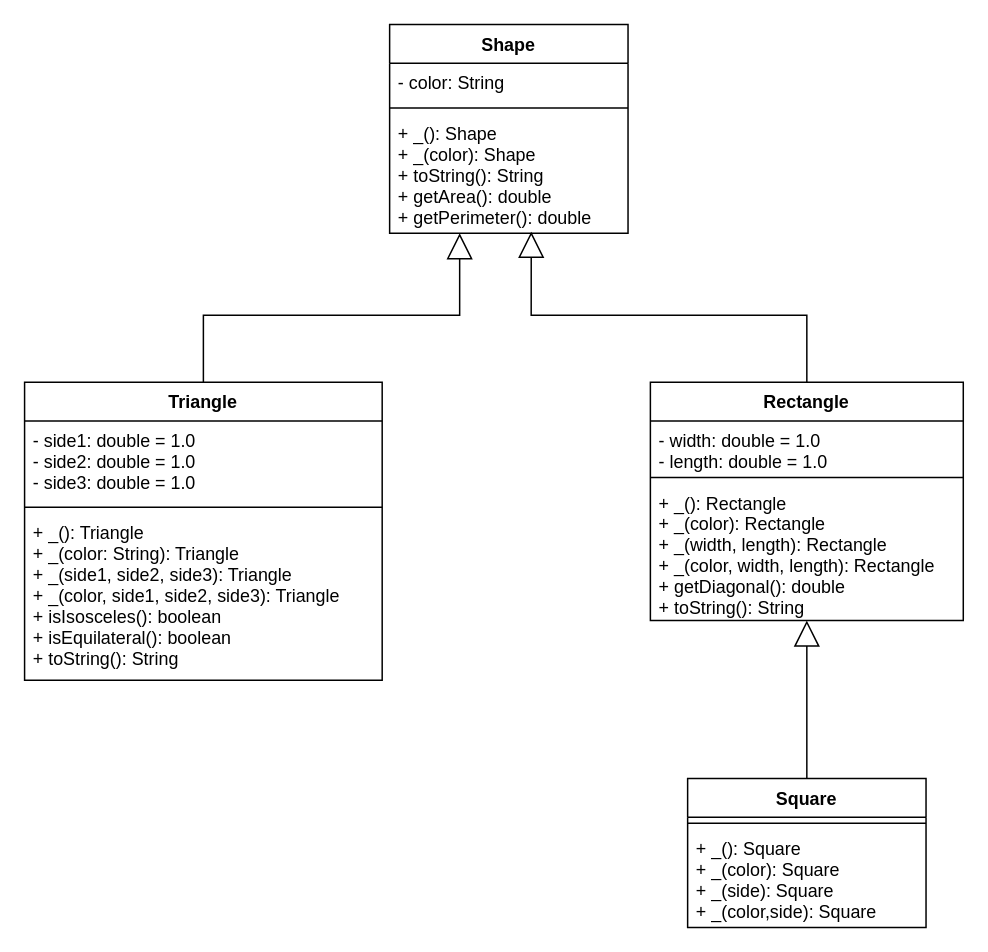
Earlier version of the draw.io diagram diagrams/shapes-class-2-diagram.drawio (Cafeleyos/MUNOZ-SANTOS-SABANA-POOB-2021-1-LAB-ABSTRACT-CLASS). Source tidied: cells renumbered, new cells numbered last; positions are measured from the earlier drawing's top-left corner, leaving out a move shared by most shapes. Both pictures are drawn from the tidied source at 149%, with x=0, y=0 at pixel (24, 24).
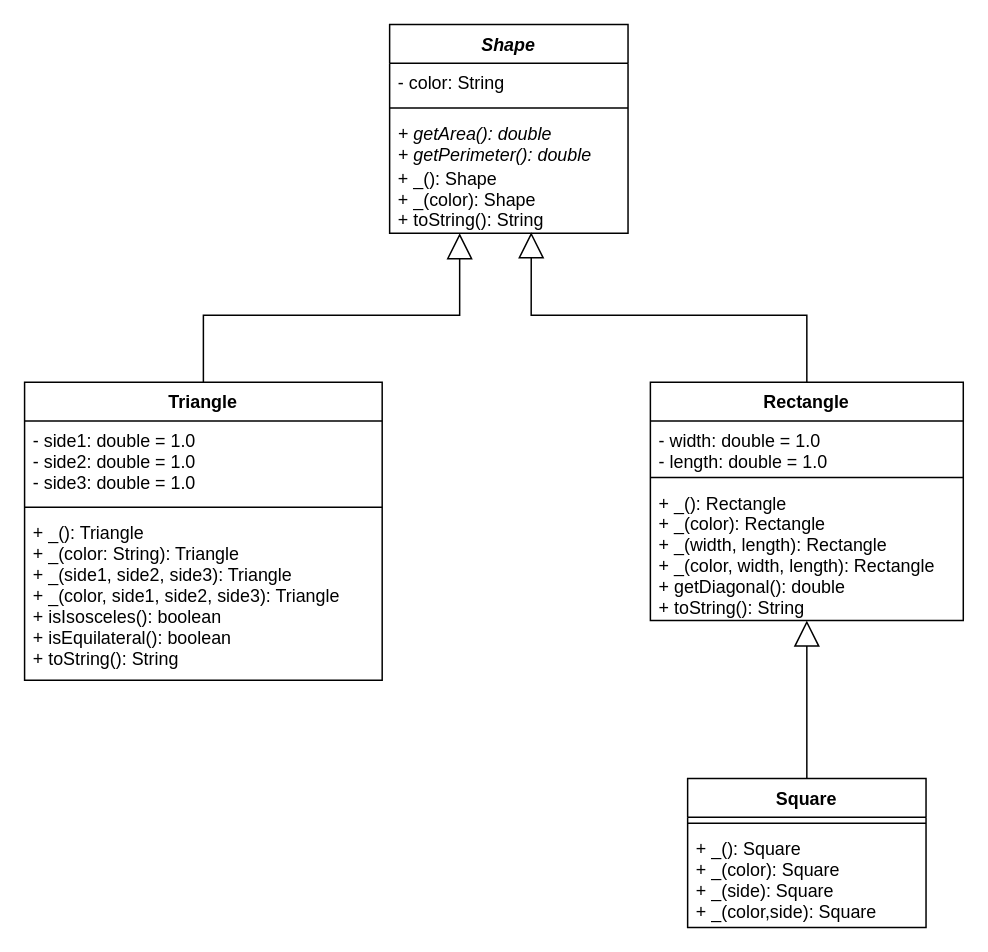
Above is the later version.

What changed in the source:
```diff
@@
-    <mxCell id="2" value="Shape" style="swimlane;fontStyle=1;align=center;verticalAlign=top;horizontal=1;startSize=26;" parent="1" vertex="1">
+    <mxCell id="2" value="Shape" style="swimlane;fontStyle=3;align=center;verticalAlign=top;horizontal=1;startSize=26;" parent="1" vertex="1">
       <mxGeometry x="245" width="160" height="140" as="geometry" />
     </mxCell>
@@
+    <mxCell id="20" value="+ getArea(): double&#10;+ getPerimeter(): double" style="text;strokeColor=none;fillColor=none;align=left;verticalAlign=top;spacingLeft=4;spacingRight=4;overflow=hidden;fontStyle=2;" parent="2" vertex="1">
+      <mxGeometry y="60" width="160" height="30" as="geometry" />
+    </mxCell>
-    <mxCell id="5" value="+ _(): Shape&#10;+ _(color): Shape&#10;+ toString(): String&#10;+ getArea(): double&#10;+ getPerimeter(): double" style="text;strokeColor=none;fillColor=none;align=left;verticalAlign=top;spacingLeft=4;spacingRight=4;overflow=hidden;points=[[0,0.5],[1,0.5]];portConstraint=eastwest;" parent="2" vertex="1">
-      <mxGeometry y="60" width="160" height="80" as="geometry" />
+    <mxCell id="5" value="+ _(): Shape&#10;+ _(color): Shape&#10;+ toString(): String" style="text;strokeColor=none;fillColor=none;align=left;verticalAlign=top;spacingLeft=4;spacingRight=4;overflow=hidden;points=[[0,0.5],[1,0.5]];portConstraint=eastwest;" parent="2" vertex="1">
+      <mxGeometry y="90" width="160" height="50" as="geometry" />
     </mxCell>
```
